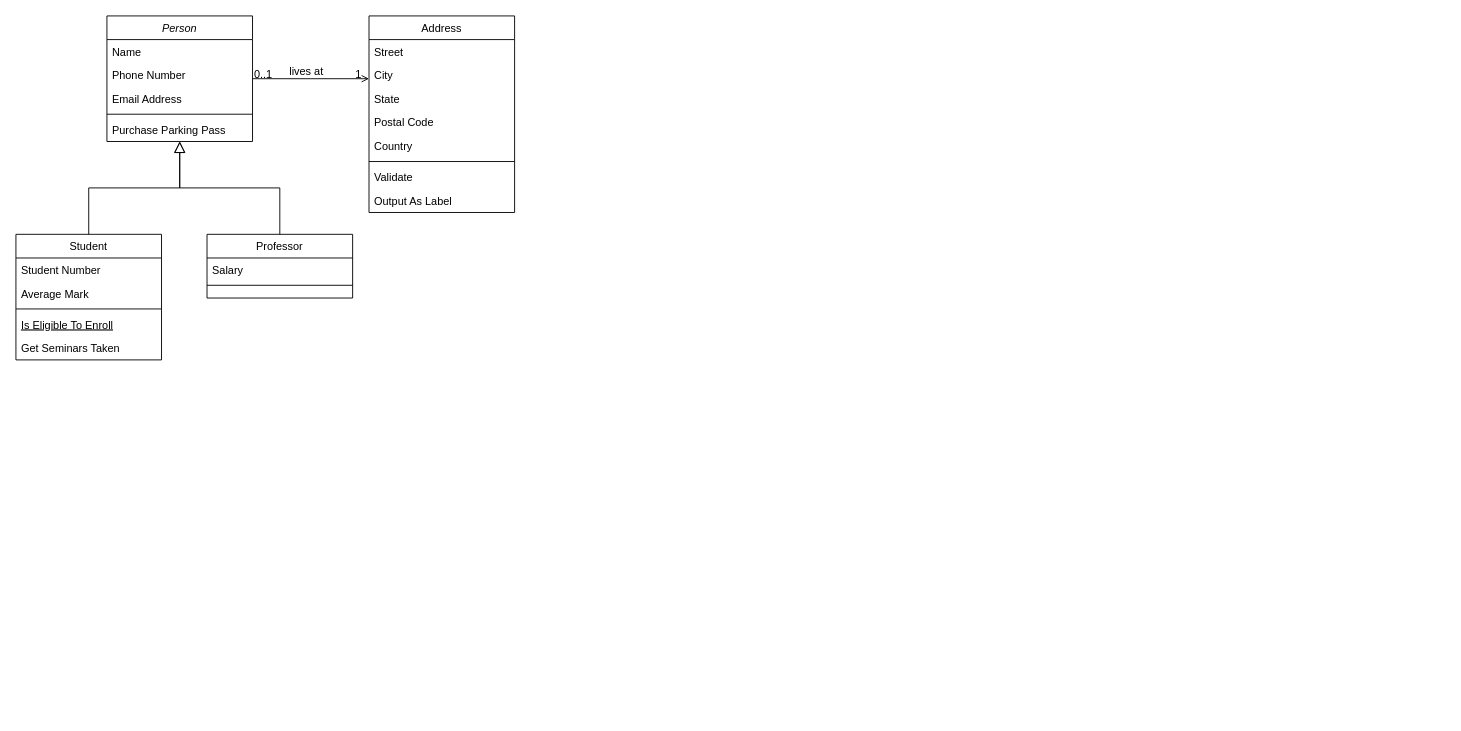
The draw.io diagram design/Untitled Diagram.drawio in azhx/cs246e, before the edit. Source tidied: cells renumbered, new cells numbered last; positions are measured from the earlier drawing's top-left corner, leaving out a move shared by most shapes. Both pictures are drawn from the tidied source at 91%, with x=0, y=0 at pixel (15, 15).
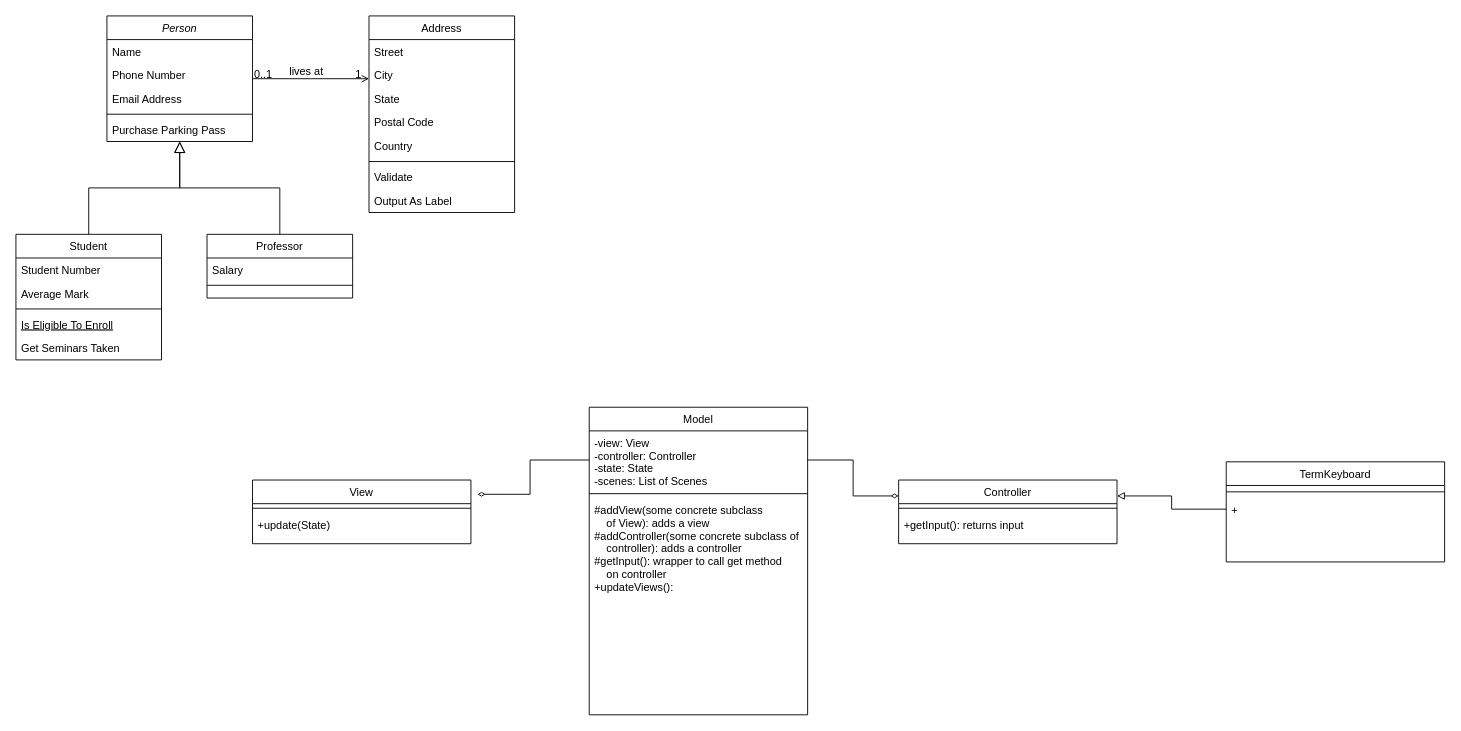
The same page after the edit.

Diff of the diagram source:
```diff
@@
+    <mxCell id="32" value="Model" style="swimlane;fontStyle=0;align=center;verticalAlign=top;horizontal=1;startSize=26;rounded=0;shadow=0;strokeWidth=1;" parent="1" vertex="1">
+      <mxGeometry x="630" y="430" width="240" height="338" as="geometry" />
+    </mxCell>
+    <mxCell id="33" value="-view: View&#10;-controller: Controller&#10;-state: State&#10;-scenes: List of Scenes" style="text;align=left;verticalAlign=top;spacingLeft=4;spacingRight=4;overflow=hidden;points=[[0,0.5],[1,0.5]];portConstraint=eastwest;" parent="32" vertex="1">
+      <mxGeometry y="26" width="240" height="64" as="geometry" />
+    </mxCell>
+    <mxCell id="34" style="line;html=1;strokeWidth=1;align=left;verticalAlign=middle;spacingTop=-1;spacingLeft=3;spacingRight=3;labelPosition=right;" parent="32" vertex="1">
+      <mxGeometry y="90" width="240" height="10" as="geometry" />
+    </mxCell>
+    <mxCell id="35" value="#addView(some concrete subclass &#10;    of View): adds a view&#10;#addController(some concrete subclass of &#10;    controller): adds a controller&#10;#getInput(): wrapper to call get method&#10;    on controller&#10;+updateViews():" style="text;align=left;verticalAlign=top;spacingLeft=4;spacingRight=4;overflow=hidden;" parent="32" vertex="1">
+      <mxGeometry y="100" width="240" height="218" as="geometry" />
+    </mxCell>
+    <mxCell id="36" value="View" style="swimlane;fontStyle=0;align=center;verticalAlign=top;horizontal=1;startSize=26;rounded=0;shadow=0;strokeWidth=1;" parent="1" vertex="1">
+      <mxGeometry x="260" y="510" width="240" height="70" as="geometry" />
+    </mxCell>
+    <mxCell id="37" style="line;html=1;strokeWidth=1;align=left;verticalAlign=middle;spacingTop=-1;spacingLeft=3;spacingRight=3;labelPosition=right;" parent="36" vertex="1">
+      <mxGeometry y="26" width="240" height="10" as="geometry" />
+    </mxCell>
+    <mxCell id="38" value="+update(State)" style="text;align=left;verticalAlign=top;spacingLeft=4;spacingRight=4;overflow=hidden;" parent="36" vertex="1">
+      <mxGeometry y="36" width="240" height="24" as="geometry" />
+    </mxCell>
+    <mxCell id="39" value="Controller" style="swimlane;fontStyle=0;align=center;verticalAlign=top;horizontal=1;startSize=26;rounded=0;shadow=0;strokeWidth=1;" parent="1" vertex="1">
+      <mxGeometry x="970" y="510" width="240" height="70" as="geometry" />
+    </mxCell>
+    <mxCell id="40" style="line;html=1;strokeWidth=1;align=left;verticalAlign=middle;spacingTop=-1;spacingLeft=3;spacingRight=3;labelPosition=right;" parent="39" vertex="1">
+      <mxGeometry y="26" width="240" height="10" as="geometry" />
+    </mxCell>
+    <mxCell id="41" value="+getInput(): returns input" style="text;align=left;verticalAlign=top;spacingLeft=4;spacingRight=4;overflow=hidden;" parent="39" vertex="1">
+      <mxGeometry y="36" width="240" height="24" as="geometry" />
+    </mxCell>
+    <mxCell id="42" value="TermKeyboard" style="swimlane;fontStyle=0;align=center;verticalAlign=top;horizontal=1;startSize=26;rounded=0;shadow=0;strokeWidth=1;" parent="1" vertex="1">
+      <mxGeometry x="1330" y="490" width="240" height="110" as="geometry" />
+    </mxCell>
+    <mxCell id="43" style="line;html=1;strokeWidth=1;align=left;verticalAlign=middle;spacingTop=-1;spacingLeft=3;spacingRight=3;labelPosition=right;" parent="42" vertex="1">
+      <mxGeometry y="26" width="240" height="14" as="geometry" />
+    </mxCell>
+    <mxCell id="44" value="+" style="text;align=left;verticalAlign=top;spacingLeft=4;spacingRight=4;overflow=hidden;points=[[0,0.5],[1,0.5]];portConstraint=eastwest;" parent="42" vertex="1">
+      <mxGeometry y="40" width="240" height="24" as="geometry" />
+    </mxCell>
+    <mxCell id="45" style="edgeStyle=orthogonalEdgeStyle;rounded=0;jettySize=auto;html=1;exitX=0;exitY=0.5;exitDx=0;exitDy=0;entryX=1.03;entryY=0.224;entryDx=0;entryDy=0;entryPerimeter=0;endArrow=diamondThin;endFill=0;" parent="1" edge="1" source="33" target="36">
+      <mxGeometry relative="1" as="geometry" />
+    </mxCell>
+    <mxCell id="46" style="edgeStyle=orthogonalEdgeStyle;rounded=0;jettySize=auto;html=1;entryX=0;entryY=0.25;entryDx=0;entryDy=0;endArrow=diamondThin;endFill=0;" parent="1" edge="1" source="33" target="39">
+      <mxGeometry relative="1" as="geometry" />
+    </mxCell>
+    <mxCell id="47" style="edgeStyle=orthogonalEdgeStyle;rounded=0;jettySize=auto;html=1;entryX=1;entryY=0.25;entryDx=0;entryDy=0;endArrow=block;endFill=0;" parent="1" edge="1" source="44" target="39">
+      <mxGeometry relative="1" as="geometry" />
+    </mxCell>
```
